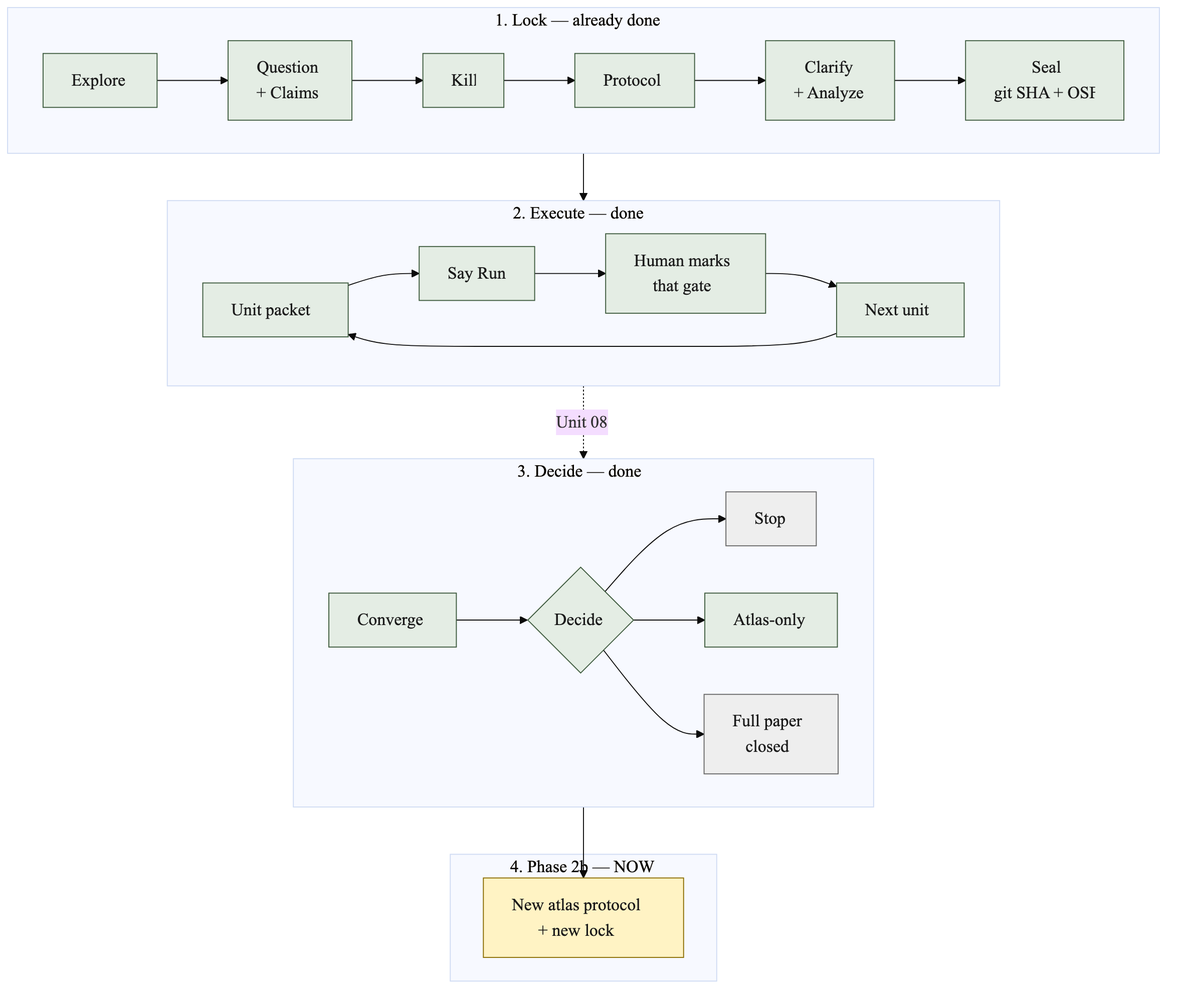
Before: docs/diagrams/seal-loop.png, a diagram exported from Mermaid (cauld/scendo). Its source is kept beside it as docs/diagrams/seal-loop.mmd.
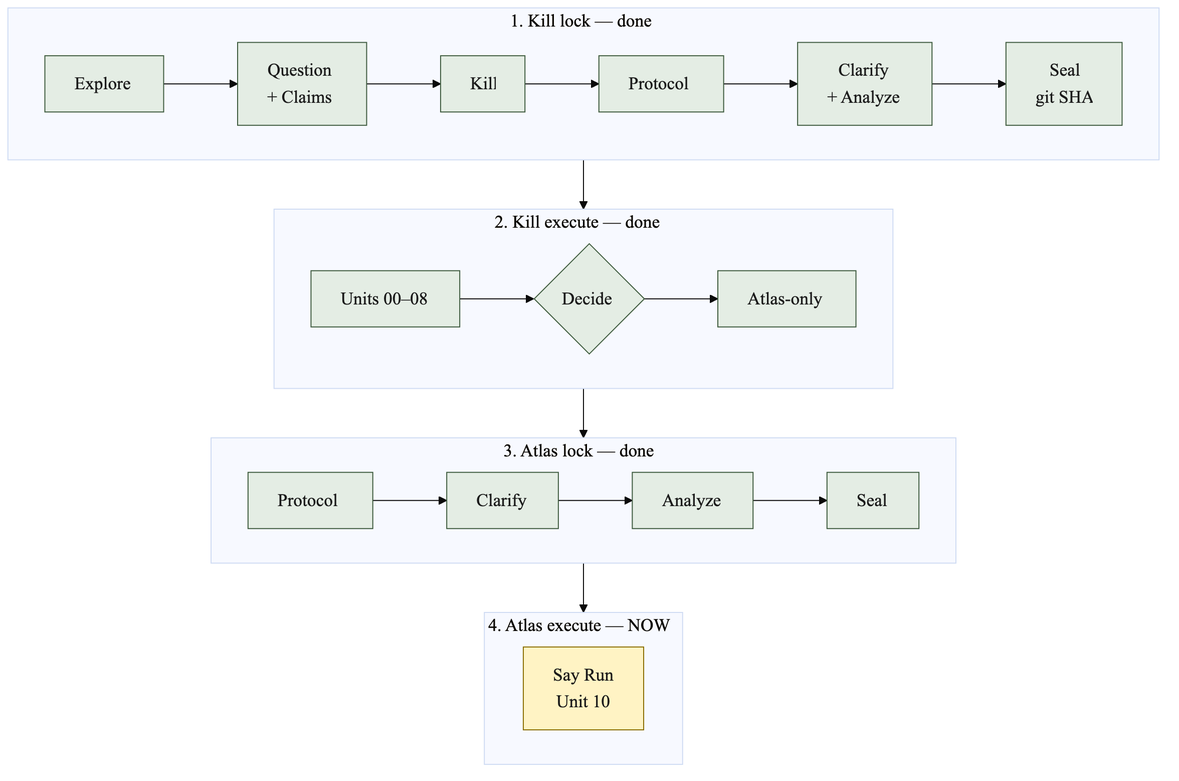
The same diagram one commit later.

Change to the diagram source:
```diff
@@ -1,41 +1,37 @@
 %%{init: {"theme": "base", "themeVariables": {"fontSize": "18px", "fontFamily": "Helvetica, Arial, sans-serif"}} }%%
 flowchart TB
-  subgraph lock["1. Lock — already done"]
+  subgraph lock["1. Kill lock — done"]
     direction LR
     E[Explore] --> Q[Question<br/>+ Claims]
     Q --> K[Kill]
     K --> P[Protocol]
     P --> CA[Clarify<br/>+ Analyze]
-    CA --> S[Seal<br/>git SHA + OSF]
+    CA --> S[Seal<br/>git SHA]
   end
 
-  subgraph exec["2. Execute — done"]
+  subgraph exec["2. Kill execute — done"]
     direction LR
-    U[Unit packet] --> R[Say Run]
-    R --> H[Human marks<br/>that gate]
-    H --> N[Next unit]
-    N --> U
+    U[Units 00–08] --> D{Decide}
+    D --> AT[Atlas-only]
   end
 
-  subgraph decide["3. Decide — done"]
+  subgraph atlas["3. Atlas lock — done"]
     direction LR
-    CV[Converge] --> D{Decide}
-    D --> ST[Stop]
-    D --> AT[Atlas-only]
-    D --> FP[Full paper<br/>closed]
+    AP[Protocol] --> CL[Clarify]
+    CL --> AA[Analyze]
+    AA --> AS[Seal]
   end
 
-  subgraph atlas["4. Phase 2b — NOW"]
-    NP["New atlas protocol<br/>+ new lock"]
+  subgraph run["4. Atlas execute — NOW"]
+    direction LR
+    R["Say Run<br/>Unit 10"]
   end
 
   S --> U
-  H -.->|Unit 08| CV
-  AT --> NP
+  AT --> AP
+  AS --> R
 
   classDef done fill:#E4EDE4,stroke:#3D5A3D,color:#1A1A1A
   classDef now fill:#FFF3C4,stroke:#8A6D00,color:#1A1A1A
-  classDef later fill:#EEEEEE,stroke:#666666,color:#1A1A1A
-  class E,Q,K,P,CA,S,U,R,H,N,CV,D,AT done
-  class NP now
-  class ST,FP later
+  class E,Q,K,P,CA,S,U,D,AT,AP,CL,AA,AS done
+  class R now
```
